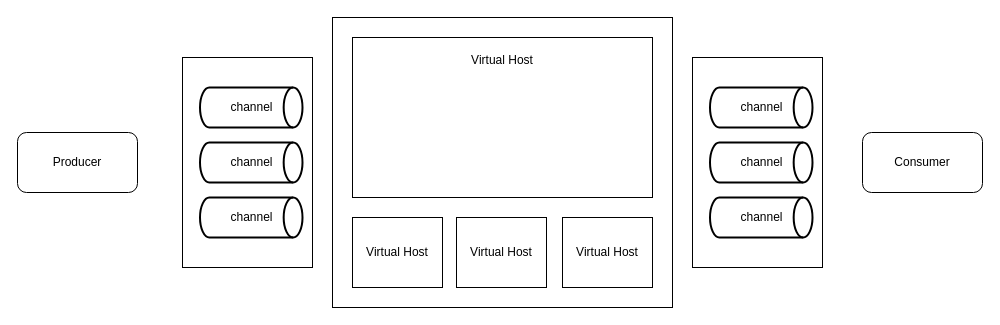
Before: drawio/RabbitMQ/RabbitMQ 架构图.drawio in hezhuma/image-repo, a draw.io diagram. Source tidied: cells renumbered, new cells numbered last; positions are measured from the earlier drawing's top-left corner, leaving out a move shared by most shapes. Both pictures are drawn from the tidied source at 100%, with x=0, y=0 at pixel (17, 17).
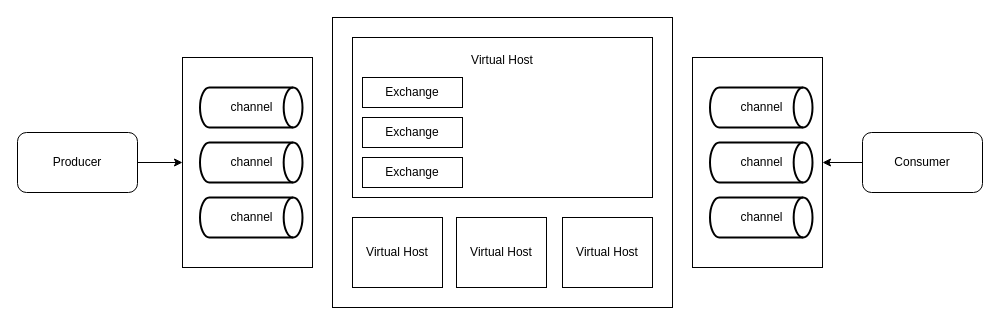
After the change.

The change refers to these unchanged cells:
```xml
<mxCell id="2" style="rounded=0;whiteSpace=wrap;html=1;" parent="1" vertex="1">
  <mxGeometry x="165" y="40" width="130" height="210" as="geometry" />
</mxCell>
<mxCell id="7" style="rounded=0;whiteSpace=wrap;html=1;" parent="1" vertex="1">
  <mxGeometry x="675" y="40" width="130" height="210" as="geometry" />
</mxCell>
<mxCell id="11" value="Producer" style="rounded=1;whiteSpace=wrap;html=1;" parent="1" vertex="1">
  <mxGeometry y="115" width="120" height="60" as="geometry" />
</mxCell>
<mxCell id="12" value="Consumer" style="rounded=1;whiteSpace=wrap;html=1;" parent="1" vertex="1">
  <mxGeometry x="845" y="115" width="120" height="60" as="geometry" />
</mxCell>
```

Diff of the diagram source:
```diff
@@
+    <mxCell id="17" style="endArrow=classic;html=1;rounded=0;exitX=1;exitY=0.5;exitDx=0;exitDy=0;entryX=0;entryY=0.5;entryDx=0;entryDy=0;" parent="1" edge="1" source="11" target="2">
+      <mxGeometry relative="1" as="geometry" />
+    </mxCell>
+    <mxCell id="18" style="endArrow=classic;html=1;rounded=0;exitX=0;exitY=0.5;exitDx=0;exitDy=0;entryX=1;entryY=0.5;entryDx=0;entryDy=0;" parent="1" edge="1" source="12" target="7">
+      <mxGeometry relative="1" as="geometry" />
+    </mxCell>
+    <mxCell id="19" value="Exchange" style="rounded=0;whiteSpace=wrap;html=1;" parent="1" vertex="1">
+      <mxGeometry x="345" y="60" width="100" height="30" as="geometry" />
+    </mxCell>
+    <mxCell id="20" value="Exchange" style="rounded=0;whiteSpace=wrap;html=1;" parent="1" vertex="1">
+      <mxGeometry x="345" y="100" width="100" height="30" as="geometry" />
+    </mxCell>
+    <mxCell id="21" value="Exchange" style="rounded=0;whiteSpace=wrap;html=1;" parent="1" vertex="1">
+      <mxGeometry x="345" y="140" width="100" height="30" as="geometry" />
+    </mxCell>
```
